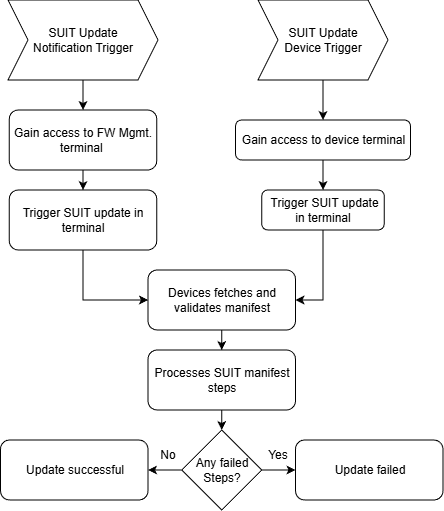
Before: Doc/images/SUIT-MES.drawio.png, a diagram exported from draw.io (ernst-schwaiger/MES). Source tidied: cells renumbered, new cells last; positions are measured from the earlier drawing's top-left corner, leaving out a move shared by most shapes. The source it was exported from:
```xml
<mxGraphModel>
  <root>
    <mxCell id="0" />
    <mxCell id="1" parent="0" />
    <mxCell id="2" style="edgeStyle=orthogonalEdgeStyle;rounded=0;jettySize=auto;html=1;" parent="1" edge="1" source="3" target="7">
      <mxGeometry relative="1" as="geometry" />
    </mxCell>
    <mxCell id="3" value="SUIT Update&lt;div&gt;Notification Trigger&lt;/div&gt;" style="shape=step;perimeter=stepPerimeter;whiteSpace=wrap;html=1;fixedSize=1;" parent="1" vertex="1">
      <mxGeometry x="8" width="150" height="80" as="geometry" />
    </mxCell>
    <mxCell id="4" style="edgeStyle=orthogonalEdgeStyle;rounded=0;jettySize=auto;html=1;" parent="1" edge="1" source="5" target="9">
      <mxGeometry relative="1" as="geometry" />
    </mxCell>
    <mxCell id="5" value="SUIT Update&lt;div&gt;Device Trigger&lt;/div&gt;" style="shape=step;perimeter=stepPerimeter;whiteSpace=wrap;html=1;fixedSize=1;" parent="1" vertex="1">
      <mxGeometry x="258" width="130" height="80" as="geometry" />
    </mxCell>
    <mxCell id="6" style="edgeStyle=orthogonalEdgeStyle;rounded=0;jettySize=auto;html=1;" parent="1" edge="1" source="7" target="13">
      <mxGeometry relative="1" as="geometry" />
    </mxCell>
    <mxCell id="7" value="Gain access to FW Mgmt. terminal&amp;nbsp;" style="rounded=1;whiteSpace=wrap;html=1;" parent="1" vertex="1">
      <mxGeometry x="9.2" y="110" width="147.5" height="60" as="geometry" />
    </mxCell>
    <mxCell id="8" style="edgeStyle=orthogonalEdgeStyle;rounded=0;jettySize=auto;html=1;" parent="1" edge="1" source="9" target="11">
      <mxGeometry relative="1" as="geometry" />
    </mxCell>
    <mxCell id="9" value="Gain access to device terminal" style="rounded=1;whiteSpace=wrap;html=1;" parent="1" vertex="1">
      <mxGeometry x="235.5" y="120" width="175" height="40" as="geometry" />
    </mxCell>
    <mxCell id="10" style="edgeStyle=orthogonalEdgeStyle;rounded=0;jettySize=auto;html=1;entryX=1;entryY=0.5;entryDx=0;entryDy=0;" parent="1" edge="1" source="11" target="15">
      <mxGeometry relative="1" as="geometry" />
    </mxCell>
    <mxCell id="11" value="&amp;nbsp;Trigger SUIT update in terminal" style="rounded=1;whiteSpace=wrap;html=1;" parent="1" vertex="1">
      <mxGeometry x="261.8" y="190" width="122.5" height="40" as="geometry" />
    </mxCell>
    <mxCell id="12" style="edgeStyle=orthogonalEdgeStyle;rounded=0;jettySize=auto;html=1;entryX=0;entryY=0.5;entryDx=0;entryDy=0;" parent="1" edge="1" source="13" target="15">
      <mxGeometry relative="1" as="geometry" />
    </mxCell>
    <mxCell id="13" value="Trigger SUIT update in terminal" style="rounded=1;whiteSpace=wrap;html=1;" parent="1" vertex="1">
      <mxGeometry x="9.2" y="190" width="147.5" height="60" as="geometry" />
    </mxCell>
    <mxCell id="14" style="edgeStyle=orthogonalEdgeStyle;rounded=0;jettySize=auto;html=1;" parent="1" edge="1" source="15" target="17">
      <mxGeometry relative="1" as="geometry" />
    </mxCell>
    <mxCell id="15" value="Devices fetches and validates manifest" style="rounded=1;whiteSpace=wrap;html=1;" parent="1" vertex="1">
      <mxGeometry x="148" y="270" width="147.5" height="60" as="geometry" />
    </mxCell>
    <mxCell id="16" style="edgeStyle=orthogonalEdgeStyle;rounded=0;jettySize=auto;html=1;" parent="1" edge="1" source="17" target="23">
      <mxGeometry relative="1" as="geometry" />
    </mxCell>
    <mxCell id="17" value="Processes SUIT manifest steps" style="rounded=1;whiteSpace=wrap;html=1;" parent="1" vertex="1">
      <mxGeometry x="148" y="350" width="147.5" height="60" as="geometry" />
    </mxCell>
    <mxCell id="18" value="Update successful" style="rounded=1;whiteSpace=wrap;html=1;" parent="1" vertex="1">
      <mxGeometry x="0.5" y="440" width="147.5" height="60" as="geometry" />
    </mxCell>
    <mxCell id="19" style="edgeStyle=orthogonalEdgeStyle;rounded=0;jettySize=auto;html=1;" parent="1" edge="1" target="x">
      <mxGeometry relative="1" as="geometry">
        <mxPoint x="221.8" y="500" as="sourcePoint" />
      </mxGeometry>
    </mxCell>
    <mxCell id="20" style="edgeStyle=orthogonalEdgeStyle;rounded=0;jettySize=auto;html=1;" parent="1" edge="1" target="x">
      <mxGeometry relative="1" as="geometry">
        <mxPoint x="221.8" y="570" as="sourcePoint" />
      </mxGeometry>
    </mxCell>
    <mxCell id="21" style="edgeStyle=orthogonalEdgeStyle;rounded=0;jettySize=auto;html=1;" parent="1" edge="1" source="23" target="18">
      <mxGeometry relative="1" as="geometry" />
    </mxCell>
    <mxCell id="22" style="edgeStyle=orthogonalEdgeStyle;rounded=0;jettySize=auto;html=1;" parent="1" edge="1" source="23" target="24">
      <mxGeometry relative="1" as="geometry" />
    </mxCell>
    <mxCell id="23" value="Any failed Steps?" style="rhombus;whiteSpace=wrap;html=1;" parent="1" vertex="1">
      <mxGeometry x="181.8" y="430" width="80" height="80" as="geometry" />
    </mxCell>
    <mxCell id="24" value="Update failed" style="rounded=1;whiteSpace=wrap;html=1;" parent="1" vertex="1">
      <mxGeometry x="295.5" y="440" width="147.5" height="60" as="geometry" />
    </mxCell>
    <mxCell id="25" value="No" style="text;html=1;whiteSpace=wrap;strokeColor=none;fillColor=none;align=center;verticalAlign=middle;rounded=0;" parent="1" vertex="1">
      <mxGeometry x="138" y="440" width="60" height="30" as="geometry" />
    </mxCell>
    <mxCell id="26" value="Yes" style="text;html=1;whiteSpace=wrap;strokeColor=none;fillColor=none;align=center;verticalAlign=middle;rounded=0;" parent="1" vertex="1">
      <mxGeometry x="248" y="440" width="60" height="30" as="geometry" />
    </mxCell>
  </root>
</mxGraphModel>
```
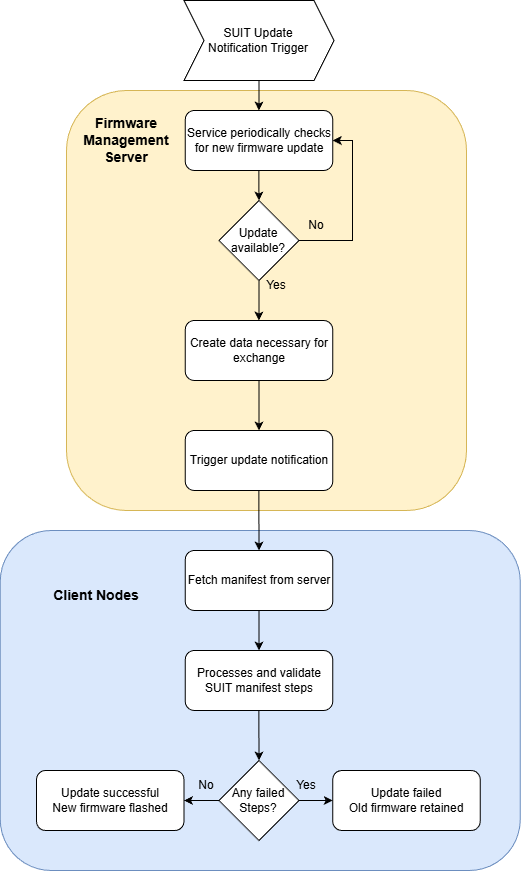
After the commit.

Commit message:
[DOCS] Update flowchart, IoT text and format

The edit, as a diff of the source:
```diff
@@ -2,63 +2,39 @@
   <root>
     <mxCell id="0" />
     <mxCell id="1" parent="0" />
-    <mxCell id="2" style="edgeStyle=orthogonalEdgeStyle;rounded=0;jettySize=auto;html=1;" parent="1" edge="1" source="3" target="7">
-      <mxGeometry relative="1" as="geometry" />
-    </mxCell>
-    <mxCell id="3" value="SUIT Update&lt;div&gt;Notification Trigger&lt;/div&gt;" style="shape=step;perimeter=stepPerimeter;whiteSpace=wrap;html=1;fixedSize=1;" parent="1" vertex="1">
-      <mxGeometry x="8" width="150" height="80" as="geometry" />
-    </mxCell>
-    <mxCell id="4" style="edgeStyle=orthogonalEdgeStyle;rounded=0;jettySize=auto;html=1;" parent="1" edge="1" source="5" target="9">
-      <mxGeometry relative="1" as="geometry" />
-    </mxCell>
-    <mxCell id="5" value="SUIT Update&lt;div&gt;Device Trigger&lt;/div&gt;" style="shape=step;perimeter=stepPerimeter;whiteSpace=wrap;html=1;fixedSize=1;" parent="1" vertex="1">
-      <mxGeometry x="258" width="130" height="80" as="geometry" />
-    </mxCell>
-    <mxCell id="6" style="edgeStyle=orthogonalEdgeStyle;rounded=0;jettySize=auto;html=1;" parent="1" edge="1" source="7" target="13">
-      <mxGeometry relative="1" as="geometry" />
-    </mxCell>
-    <mxCell id="7" value="Gain access to FW Mgmt. terminal&amp;nbsp;" style="rounded=1;whiteSpace=wrap;html=1;" parent="1" vertex="1">
-      <mxGeometry x="9.2" y="110" width="147.5" height="60" as="geometry" />
-    </mxCell>
-    <mxCell id="8" style="edgeStyle=orthogonalEdgeStyle;rounded=0;jettySize=auto;html=1;" parent="1" edge="1" source="9" target="11">
-      <mxGeometry relative="1" as="geometry" />
-    </mxCell>
-    <mxCell id="9" value="Gain access to device terminal" style="rounded=1;whiteSpace=wrap;html=1;" parent="1" vertex="1">
-      <mxGeometry x="235.5" y="120" width="175" height="40" as="geometry" />
-    </mxCell>
-    <mxCell id="10" style="edgeStyle=orthogonalEdgeStyle;rounded=0;jettySize=auto;html=1;entryX=1;entryY=0.5;entryDx=0;entryDy=0;" parent="1" edge="1" source="11" target="15">
-      <mxGeometry relative="1" as="geometry" />
-    </mxCell>
-    <mxCell id="11" value="&amp;nbsp;Trigger SUIT update in terminal" style="rounded=1;whiteSpace=wrap;html=1;" parent="1" vertex="1">
-      <mxGeometry x="261.8" y="190" width="122.5" height="40" as="geometry" />
-    </mxCell>
-    <mxCell id="12" style="edgeStyle=orthogonalEdgeStyle;rounded=0;jettySize=auto;html=1;entryX=0;entryY=0.5;entryDx=0;entryDy=0;" parent="1" edge="1" source="13" target="15">
-      <mxGeometry relative="1" as="geometry" />
-    </mxCell>
+    <mxCell id="27" style="rounded=1;whiteSpace=wrap;html=1;fillColor=#dae8fc;strokeColor=#6c8ebf;" parent="1" vertex="1">
+      <mxGeometry x="-38.2" y="340" width="520" height="340" as="geometry" />
+    </mxCell>
+    <mxCell id="28" style="rounded=1;whiteSpace=wrap;html=1;fillColor=#fff2cc;strokeColor=#d6b656;" parent="1" vertex="1">
+      <mxGeometry x="28" y="-100" width="400" height="420" as="geometry" />
+    </mxCell>
+    <mxCell id="29" style="edgeStyle=orthogonalEdgeStyle;rounded=0;jettySize=auto;html=1;" parent="1" edge="1" source="13" target="37">
+      <mxGeometry relative="1" as="geometry" />
+    </mxCell>
-    <mxCell id="13" value="Trigger SUIT update in terminal" style="rounded=1;whiteSpace=wrap;html=1;" parent="1" vertex="1">
-      <mxGeometry x="9.2" y="190" width="147.5" height="60" as="geometry" />
+    <mxCell id="13" value="Create data necessary for exchange" style="rounded=1;whiteSpace=wrap;html=1;" parent="1" vertex="1">
+      <mxGeometry x="146.8" y="130" width="147.5" height="60" as="geometry" />
     </mxCell>
     <mxCell id="14" style="edgeStyle=orthogonalEdgeStyle;rounded=0;jettySize=auto;html=1;" parent="1" edge="1" source="15" target="17">
       <mxGeometry relative="1" as="geometry" />
     </mxCell>
-    <mxCell id="15" value="Devices fetches and validates manifest" style="rounded=1;whiteSpace=wrap;html=1;" parent="1" vertex="1">
-      <mxGeometry x="148" y="270" width="147.5" height="60" as="geometry" />
+    <mxCell id="15" value="Fetch manifest from server" style="rounded=1;whiteSpace=wrap;html=1;" parent="1" vertex="1">
+      <mxGeometry x="146.8" y="360" width="147.5" height="60" as="geometry" />
     </mxCell>
-    <mxCell id="16" style="edgeStyle=orthogonalEdgeStyle;rounded=0;jettySize=auto;html=1;" parent="1" edge="1" source="17" target="23">
+    <mxCell id="16" style="edgeStyle=orthogonalEdgeStyle;rounded=0;jettySize=auto;html=1;entryX=0.5;entryY=0;entryDx=0;entryDy=0;" parent="1" edge="1" source="17" target="23">
       <mxGeometry relative="1" as="geometry" />
     </mxCell>
-    <mxCell id="17" value="Processes SUIT manifest steps" style="rounded=1;whiteSpace=wrap;html=1;" parent="1" vertex="1">
-      <mxGeometry x="148" y="350" width="147.5" height="60" as="geometry" />
+    <mxCell id="17" value="Processes and validate SUIT manifest steps" style="rounded=1;whiteSpace=wrap;html=1;" parent="1" vertex="1">
+      <mxGeometry x="146.8" y="460" width="147.5" height="60" as="geometry" />
     </mxCell>
-    <mxCell id="18" value="Update successful" style="rounded=1;whiteSpace=wrap;html=1;" parent="1" vertex="1">
-      <mxGeometry x="0.5" y="440" width="147.5" height="60" as="geometry" />
+    <mxCell id="18" value="Update successful&lt;div&gt;New firmware flashed&lt;/div&gt;" style="rounded=1;whiteSpace=wrap;html=1;" parent="1" vertex="1">
+      <mxGeometry x="-2" y="580" width="147.5" height="60" as="geometry" />
     </mxCell>
-    <mxCell id="19" style="edgeStyle=orthogonalEdgeStyle;rounded=0;jettySize=auto;html=1;" parent="1" edge="1" target="x">
+    <mxCell id="19" style="edgeStyle=orthogonalEdgeStyle;rounded=0;orthogonalLoop=1;jettySize=auto;html=1;" parent="1" edge="1">
       <mxGeometry relative="1" as="geometry">
         <mxPoint x="221.8" y="500" as="sourcePoint" />
       </mxGeometry>
     </mxCell>
-    <mxCell id="20" style="edgeStyle=orthogonalEdgeStyle;rounded=0;jettySize=auto;html=1;" parent="1" edge="1" target="x">
+    <mxCell id="20" style="edgeStyle=orthogonalEdgeStyle;rounded=0;orthogonalLoop=1;jettySize=auto;html=1;" parent="1" edge="1">
       <mxGeometry relative="1" as="geometry">
         <mxPoint x="221.8" y="570" as="sourcePoint" />
       </mxGeometry>
@@ -70,16 +46,60 @@
       <mxGeometry relative="1" as="geometry" />
     </mxCell>
     <mxCell id="23" value="Any failed Steps?" style="rhombus;whiteSpace=wrap;html=1;" parent="1" vertex="1">
-      <mxGeometry x="181.8" y="430" width="80" height="80" as="geometry" />
+      <mxGeometry x="180.5" y="570" width="80" height="80" as="geometry" />
     </mxCell>
-    <mxCell id="24" value="Update failed" style="rounded=1;whiteSpace=wrap;html=1;" parent="1" vertex="1">
-      <mxGeometry x="295.5" y="440" width="147.5" height="60" as="geometry" />
+    <mxCell id="24" value="Update failed&lt;div&gt;Old firmware retained&lt;/div&gt;" style="rounded=1;whiteSpace=wrap;html=1;" parent="1" vertex="1">
+      <mxGeometry x="294.2" y="580" width="147.5" height="60" as="geometry" />
     </mxCell>
     <mxCell id="25" value="No" style="text;html=1;whiteSpace=wrap;strokeColor=none;fillColor=none;align=center;verticalAlign=middle;rounded=0;" parent="1" vertex="1">
-      <mxGeometry x="138" y="440" width="60" height="30" as="geometry" />
+      <mxGeometry x="138" y="580" width="60" height="30" as="geometry" />
     </mxCell>
     <mxCell id="26" value="Yes" style="text;html=1;whiteSpace=wrap;strokeColor=none;fillColor=none;align=center;verticalAlign=middle;rounded=0;" parent="1" vertex="1">
-      <mxGeometry x="248" y="440" width="60" height="30" as="geometry" />
+      <mxGeometry x="238" y="580" width="60" height="30" as="geometry" />
     </mxCell>
+    <mxCell id="30" style="edgeStyle=orthogonalEdgeStyle;rounded=0;jettySize=auto;html=1;" parent="1" edge="1" source="3" target="32">
+      <mxGeometry relative="1" as="geometry" />
+    </mxCell>
+    <mxCell id="3" value="SUIT Update&lt;div&gt;Notification Trigger&lt;/div&gt;" style="shape=step;perimeter=stepPerimeter;whiteSpace=wrap;html=1;fixedSize=1;" parent="1" vertex="1">
+      <mxGeometry x="145.5" y="-190" width="150" height="80" as="geometry" />
+    </mxCell>
+    <mxCell id="31" style="edgeStyle=orthogonalEdgeStyle;rounded=0;jettySize=auto;html=1;" parent="1" edge="1" source="32" target="35">
+      <mxGeometry relative="1" as="geometry" />
+    </mxCell>
+    <mxCell id="32" value="Service periodically checks for new firmware update" style="rounded=1;whiteSpace=wrap;html=1;" parent="1" vertex="1">
+      <mxGeometry x="146.8" y="-80" width="147.5" height="60" as="geometry" />
+    </mxCell>
+    <mxCell id="33" style="edgeStyle=orthogonalEdgeStyle;rounded=0;jettySize=auto;html=1;entryX=1;entryY=0.5;entryDx=0;entryDy=0;" parent="1" edge="1" source="35" target="32">
+      <mxGeometry relative="1" as="geometry">
+        <Array as="points">
+          <mxPoint x="314" y="50" />
+          <mxPoint x="314" y="-50" />
+        </Array>
+      </mxGeometry>
+    </mxCell>
+    <mxCell id="34" style="edgeStyle=orthogonalEdgeStyle;rounded=0;jettySize=auto;html=1;" parent="1" edge="1" source="35" target="13">
+      <mxGeometry relative="1" as="geometry" />
+    </mxCell>
+    <mxCell id="35" value="Update available?" style="rhombus;whiteSpace=wrap;html=1;" parent="1" vertex="1">
+      <mxGeometry x="180.5" y="10" width="80" height="80" as="geometry" />
+    </mxCell>
+    <mxCell id="36" style="edgeStyle=orthogonalEdgeStyle;rounded=0;jettySize=auto;html=1;entryX=0.5;entryY=0;entryDx=0;entryDy=0;" parent="1" edge="1" source="37" target="15">
+      <mxGeometry relative="1" as="geometry" />
+    </mxCell>
+    <mxCell id="37" value="Trigger update notification" style="rounded=1;whiteSpace=wrap;html=1;" parent="1" vertex="1">
+      <mxGeometry x="146.8" y="240" width="147.5" height="60" as="geometry" />
+    </mxCell>
+    <mxCell id="38" value="&lt;b&gt;&lt;font style=&quot;font-size: 14px;&quot;&gt;Firmware Management Server&lt;/font&gt;&lt;/b&gt;" style="text;html=1;whiteSpace=wrap;strokeColor=none;fillColor=none;align=center;verticalAlign=middle;rounded=0;" parent="1" vertex="1">
+      <mxGeometry x="28" y="-65" width="120" height="30" as="geometry" />
+    </mxCell>
+    <mxCell id="39" value="&lt;span style=&quot;font-size: 14px;&quot;&gt;&lt;b&gt;Client Nodes&lt;/b&gt;&lt;/span&gt;" style="text;html=1;whiteSpace=wrap;strokeColor=none;fillColor=none;align=center;verticalAlign=middle;rounded=0;" parent="1" vertex="1">
+      <mxGeometry x="-2" y="390" width="120" height="30" as="geometry" />
+    </mxCell>
+    <mxCell id="40" value="Yes" style="text;html=1;whiteSpace=wrap;strokeColor=none;fillColor=none;align=center;verticalAlign=middle;rounded=0;" parent="1" vertex="1">
+      <mxGeometry x="208" y="80" width="60" height="30" as="geometry" />
+    </mxCell>
+    <mxCell id="41" value="No" style="text;html=1;whiteSpace=wrap;strokeColor=none;fillColor=none;align=center;verticalAlign=middle;rounded=0;" parent="1" vertex="1">
+      <mxGeometry x="248" y="20" width="60" height="30" as="geometry" />
+    </mxCell>
   </root>
 </mxGraphModel>
```
